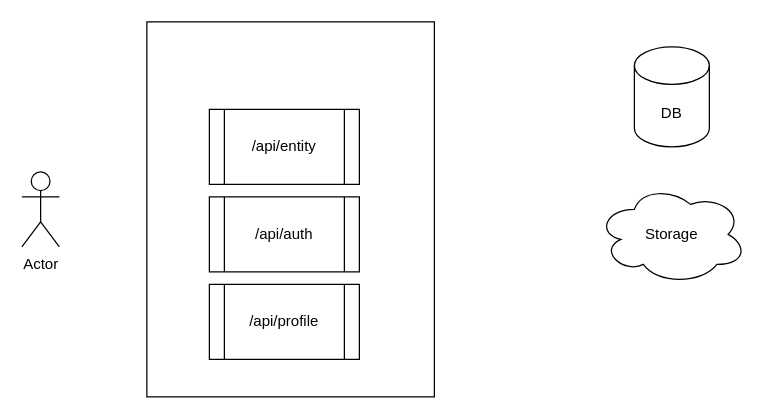
Before: page "Page-7" (7 of 11) of Java.drawio in ninydev/pv111_java, a draw.io diagram. Source tidied: cells renumbered, new cells numbered last; positions are measured from the earlier drawing's top-left corner, leaving out a move shared by most shapes. Both pictures are drawn from the tidied source at 125%, with x=0, y=0 at pixel (21, 21).
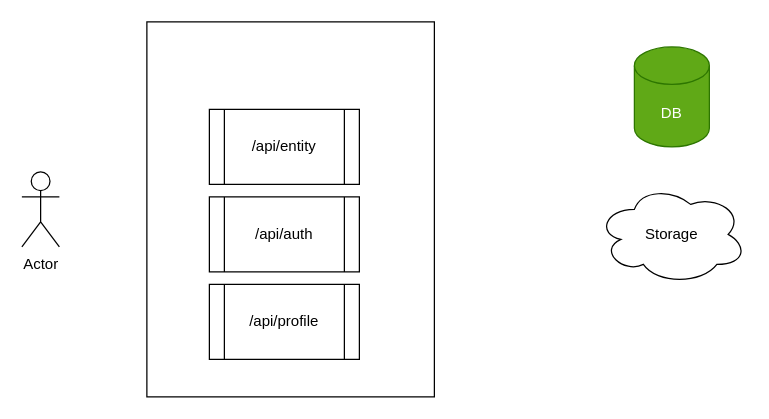
Above is the later version.

Change to the diagram source:
```diff
@@
 <mxGraphModel>
   <root>
     <mxCell id="0" />
     <mxCell id="1" parent="0" />
     <mxCell id="2" style="rounded=0;whiteSpace=wrap;html=1;" parent="1" vertex="1">
       <mxGeometry x="100" width="230" height="300" as="geometry" />
     </mxCell>
     <mxCell id="3" value="Actor" style="shape=umlActor;verticalLabelPosition=bottom;verticalAlign=top;html=1;" parent="1" vertex="1">
       <mxGeometry y="120" width="30" height="60" as="geometry" />
     </mxCell>
     <mxCell id="4" value="/api/auth" style="shape=process;whiteSpace=wrap;html=1;backgroundOutline=1;" parent="1" vertex="1">
       <mxGeometry x="150" y="140" width="120" height="60" as="geometry" />
     </mxCell>
     <mxCell id="5" value="/api/profile" style="shape=process;whiteSpace=wrap;html=1;backgroundOutline=1;" parent="1" vertex="1">
       <mxGeometry x="150" y="210" width="120" height="60" as="geometry" />
     </mxCell>
     <mxCell id="6" value="/api/entity" style="shape=process;whiteSpace=wrap;html=1;backgroundOutline=1;" parent="1" vertex="1">
       <mxGeometry x="150" y="70" width="120" height="60" as="geometry" />
     </mxCell>
-    <mxCell id="7" value="DB" style="shape=cylinder3;whiteSpace=wrap;html=1;boundedLbl=1;backgroundOutline=1;size=15;" parent="1" vertex="1">
+    <mxCell id="7" value="DB" style="shape=cylinder3;whiteSpace=wrap;html=1;boundedLbl=1;backgroundOutline=1;size=15;fillColor=#60a917;fontColor=#ffffff;strokeColor=#2D7600;" parent="1" vertex="1">
       <mxGeometry x="490" y="20" width="60" height="80" as="geometry" />
     </mxCell>
     <mxCell id="8" value="Storage" style="ellipse;shape=cloud;whiteSpace=wrap;html=1;" parent="1" vertex="1">
       <mxGeometry x="460" y="130" width="120" height="80" as="geometry" />
     </mxCell>
   </root>
 </mxGraphModel>
```
